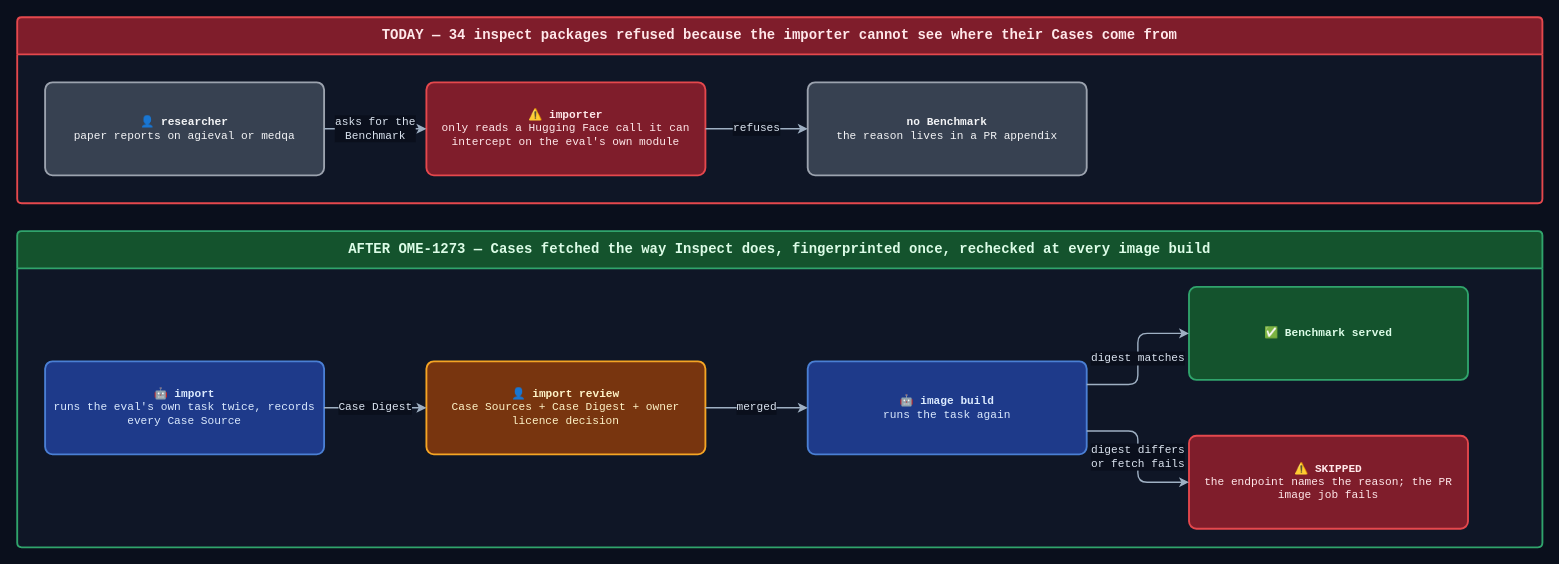
ScreamingFace/screamingface keeps this draw.io diagram as docs/diagrams/2026-09-30-OME-1273-before-after.drawio. Above is the earlier version. Source tidied: cells renumbered, new cells numbered last; positions are measured from the earlier drawing's top-left corner, leaving out a move shared by most shapes. Both pictures are drawn from the tidied source at 93%, with x=0, y=0 at pixel (17, 17).
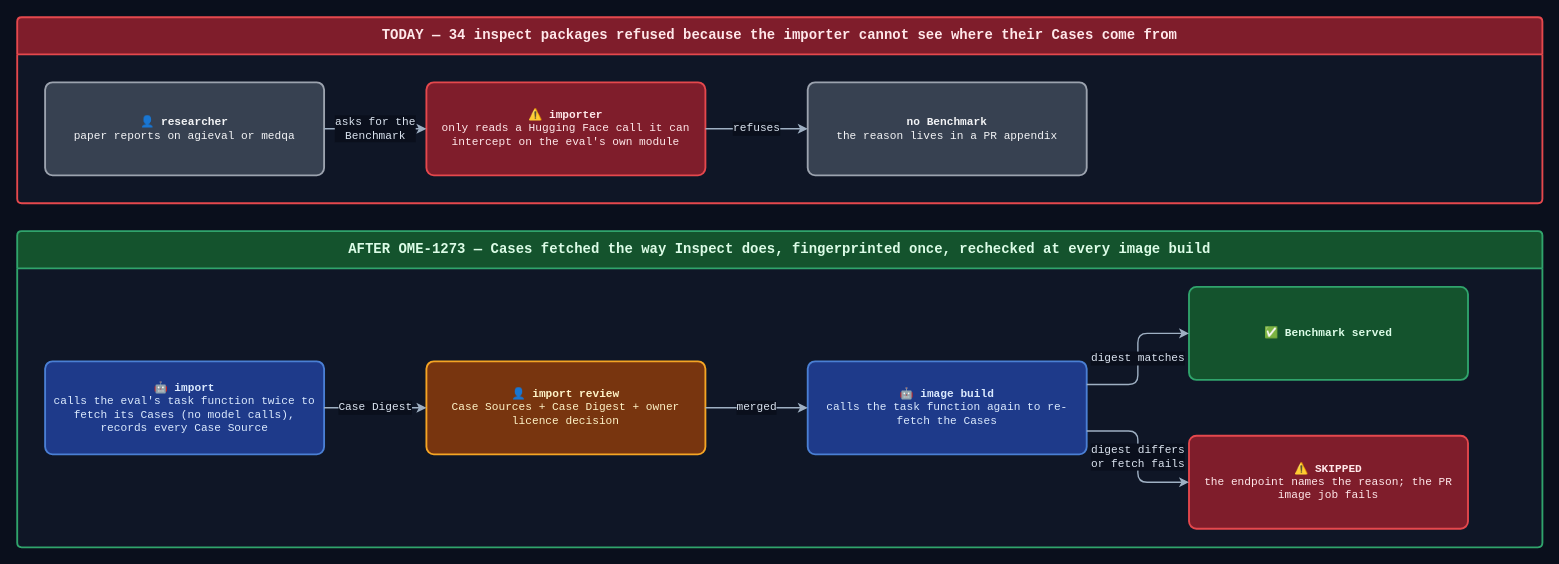
The same diagram, later.

Commit message (it also covers changes not shown here):
docs(screamingface-engine): say plainly that Task replay only calls the task function

The edit, as a diff of the source:
```diff
@@
 <mxGraphModel background="#0a0f1c">
   <root>
     <mxCell id="0" />
     <mxCell id="1" parent="0" />
     <mxCell id="2" value="TODAY — 34 inspect packages refused because the importer cannot see where their Cases come from" style="swimlane;startSize=40;horizontal=1;html=1;whiteSpace=wrap;fillColor=#7f1d2b;strokeColor=#e5484d;fontColor=#ffe8ea;swimlaneFillColor=#0f1626;strokeWidth=2;fontSize=15;fontStyle=1;rounded=1;arcSize=4;fontFamily=Courier New;" parent="1" vertex="1">
       <mxGeometry width="1640" height="200" as="geometry" />
     </mxCell>
     <mxCell id="3" value="&lt;b&gt;👤 researcher&lt;/b&gt;&lt;br&gt;paper reports on agieval or medqa" style="rounded=1;arcSize=8;whiteSpace=wrap;html=1;fillColor=#374151;strokeColor=#9ca3af;fontColor=#f3f4f6;strokeWidth=2;fontSize=12;fontFamily=Courier New;spacing=8;" parent="2" vertex="1">
       <mxGeometry x="30" y="70" width="300" height="100" as="geometry" />
     </mxCell>
     <mxCell id="4" value="&lt;b&gt;⚠️ importer&lt;/b&gt;&lt;br&gt;only reads a Hugging Face call it can intercept on the eval's own module" style="rounded=1;arcSize=8;whiteSpace=wrap;html=1;fillColor=#7f1d2b;strokeColor=#e5484d;fontColor=#ffe8ea;strokeWidth=2;fontSize=12;fontFamily=Courier New;spacing=8;" parent="2" vertex="1">
       <mxGeometry x="440" y="70" width="300" height="100" as="geometry" />
     </mxCell>
     <mxCell id="5" value="&lt;b&gt;no Benchmark&lt;/b&gt;&lt;br&gt;the reason lives in a PR appendix" style="rounded=1;arcSize=8;whiteSpace=wrap;html=1;fillColor=#374151;strokeColor=#9ca3af;fontColor=#f3f4f6;strokeWidth=2;fontSize=12;fontFamily=Courier New;spacing=8;" parent="2" vertex="1">
       <mxGeometry x="850" y="70" width="300" height="100" as="geometry" />
     </mxCell>
     <mxCell id="6" value="asks for the&lt;br&gt;Benchmark" style="edgeStyle=orthogonalEdgeStyle;rounded=1;jettySize=auto;html=1;endArrow=classic;endFill=1;strokeColor=#9fb0c3;strokeWidth=1.5;fontColor=#dbe4f0;labelBackgroundColor=#0a0f1c;fontSize=12;fontFamily=Courier New;" parent="2" edge="1" source="3" target="4">
       <mxGeometry relative="1" as="geometry" />
     </mxCell>
     <mxCell id="7" value="refuses" style="edgeStyle=orthogonalEdgeStyle;rounded=1;jettySize=auto;html=1;endArrow=classic;endFill=1;strokeColor=#9fb0c3;strokeWidth=1.5;fontColor=#dbe4f0;labelBackgroundColor=#0a0f1c;fontSize=12;fontFamily=Courier New;" parent="2" edge="1" source="4" target="5">
       <mxGeometry relative="1" as="geometry" />
     </mxCell>
     <mxCell id="8" value="AFTER OME-1273 — Cases fetched the way Inspect does, fingerprinted once, rechecked at every image build" style="swimlane;startSize=40;horizontal=1;html=1;whiteSpace=wrap;fillColor=#14532d;strokeColor=#30a46c;fontColor=#dcfce7;swimlaneFillColor=#0f1626;strokeWidth=2;fontSize=15;fontStyle=1;rounded=1;arcSize=4;fontFamily=Courier New;" parent="1" vertex="1">
       <mxGeometry y="230" width="1640" height="340" as="geometry" />
     </mxCell>
-    <mxCell id="9" value="&lt;b&gt;🤖 import&lt;/b&gt;&lt;br&gt;runs the eval's own task twice, records every Case Source" style="rounded=1;arcSize=8;whiteSpace=wrap;html=1;fillColor=#1e3a8a;strokeColor=#4a7fd4;fontColor=#dbeafe;strokeWidth=2;fontSize=12;fontFamily=Courier New;spacing=8;" parent="8" vertex="1">
+    <mxCell id="9" value="&lt;b&gt;🤖 import&lt;/b&gt;&lt;br&gt;calls the eval's task function twice to fetch its Cases (no model calls), records every Case Source" style="rounded=1;arcSize=8;whiteSpace=wrap;html=1;fillColor=#1e3a8a;strokeColor=#4a7fd4;fontColor=#dbeafe;strokeWidth=2;fontSize=12;fontFamily=Courier New;spacing=8;" parent="8" vertex="1">
       <mxGeometry x="30" y="140" width="300" height="100" as="geometry" />
     </mxCell>
     <mxCell id="10" value="&lt;b&gt;👤 import review&lt;/b&gt;&lt;br&gt;Case Sources + Case Digest + owner licence decision" style="rounded=1;arcSize=8;whiteSpace=wrap;html=1;fillColor=#78350f;strokeColor=#f5a524;fontColor=#fef3c7;strokeWidth=2;fontSize=12;fontFamily=Courier New;spacing=8;" parent="8" vertex="1">
       <mxGeometry x="440" y="140" width="300" height="100" as="geometry" />
     </mxCell>
-    <mxCell id="11" value="&lt;b&gt;🤖 image build&lt;/b&gt;&lt;br&gt;runs the task again" style="rounded=1;arcSize=8;whiteSpace=wrap;html=1;fillColor=#1e3a8a;strokeColor=#4a7fd4;fontColor=#dbeafe;strokeWidth=2;fontSize=12;fontFamily=Courier New;spacing=8;" parent="8" vertex="1">
+    <mxCell id="11" value="&lt;b&gt;🤖 image build&lt;/b&gt;&lt;br&gt;calls the task function again to re-fetch the Cases" style="rounded=1;arcSize=8;whiteSpace=wrap;html=1;fillColor=#1e3a8a;strokeColor=#4a7fd4;fontColor=#dbeafe;strokeWidth=2;fontSize=12;fontFamily=Courier New;spacing=8;" parent="8" vertex="1">
       <mxGeometry x="850" y="140" width="300" height="100" as="geometry" />
     </mxCell>
     <mxCell id="12" value="&lt;b&gt;✅ Benchmark served&lt;/b&gt;" style="rounded=1;arcSize=8;whiteSpace=wrap;html=1;fillColor=#14532d;strokeColor=#30a46c;fontColor=#dcfce7;strokeWidth=2;fontSize=12;fontFamily=Courier New;spacing=8;" parent="8" vertex="1">
       <mxGeometry x="1260" y="60" width="300" height="100" as="geometry" />
     </mxCell>
     <mxCell id="13" value="&lt;b&gt;⚠️ SKIPPED&lt;/b&gt;&lt;br&gt;the endpoint names the reason; the PR image job fails" style="rounded=1;arcSize=8;whiteSpace=wrap;html=1;fillColor=#7f1d2b;strokeColor=#e5484d;fontColor=#ffe8ea;strokeWidth=2;fontSize=12;fontFamily=Courier New;spacing=8;" parent="8" vertex="1">
       <mxGeometry x="1260" y="220" width="300" height="100" as="geometry" />
     </mxCell>
     <mxCell id="14" value="Case Digest" style="edgeStyle=orthogonalEdgeStyle;rounded=1;jettySize=auto;html=1;endArrow=classic;endFill=1;strokeColor=#9fb0c3;strokeWidth=1.5;fontColor=#dbe4f0;labelBackgroundColor=#0a0f1c;fontSize=12;fontFamily=Courier New;" parent="8" edge="1" source="9" target="10">
       <mxGeometry relative="1" as="geometry" />
     </mxCell>
     <mxCell id="15" value="merged" style="edgeStyle=orthogonalEdgeStyle;rounded=1;jettySize=auto;html=1;endArrow=classic;endFill=1;strokeColor=#9fb0c3;strokeWidth=1.5;fontColor=#dbe4f0;labelBackgroundColor=#0a0f1c;fontSize=12;fontFamily=Courier New;" parent="8" edge="1" source="10" target="11">
       <mxGeometry relative="1" as="geometry" />
     </mxCell>
     <mxCell id="16" value="digest matches" style="edgeStyle=orthogonalEdgeStyle;rounded=1;jettySize=auto;html=1;endArrow=classic;endFill=1;strokeColor=#9fb0c3;strokeWidth=1.5;fontColor=#dbe4f0;labelBackgroundColor=#0a0f1c;fontSize=12;fontFamily=Courier New;exitX=1;exitY=0.25;entryX=0;entryY=0.5;" parent="8" edge="1" source="11" target="12">
       <mxGeometry relative="1" as="geometry" />
     </mxCell>
     <mxCell id="17" value="digest differs&lt;br&gt;or fetch fails" style="edgeStyle=orthogonalEdgeStyle;rounded=1;jettySize=auto;html=1;endArrow=classic;endFill=1;strokeColor=#9fb0c3;strokeWidth=1.5;fontColor=#dbe4f0;labelBackgroundColor=#0a0f1c;fontSize=12;fontFamily=Courier New;exitX=1;exitY=0.75;entryX=0;entryY=0.5;" parent="8" edge="1" source="11" target="13">
       <mxGeometry relative="1" as="geometry" />
     </mxCell>
   </root>
 </mxGraphModel>
```
